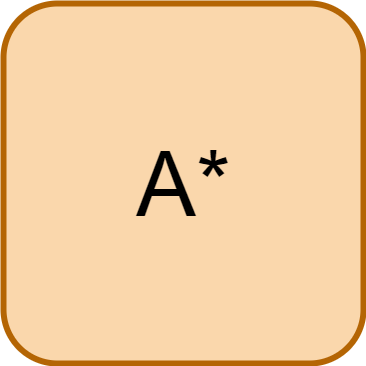
Before: Rush Hour Main/assets/AlgorithmButtons/BFS(A).png, a diagram exported from draw.io (zintom69/Game-Rush-Hour). Source tidied: cells renumbered, new cells last; positions are measured from the earlier drawing's top-left corner, leaving out a move shared by most shapes.
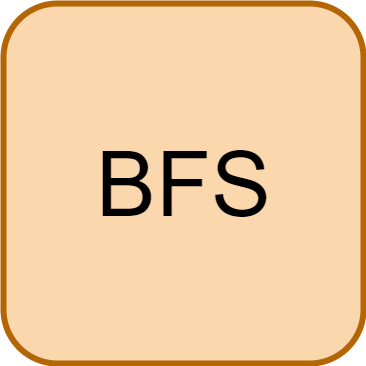
The same diagram one commit later.

The edit, as a diff of the source:
```diff
@@ -2,7 +2,7 @@
   <root>
     <mxCell id="0" />
     <mxCell id="1" parent="0" />
-    <mxCell id="2" value="&lt;font style=&quot;font-size: 90px;&quot;&gt;A*&lt;/font&gt;" style="rounded=1;whiteSpace=wrap;html=1;fillColor=#fad7ac;strokeColor=#b46504;strokeWidth=6;" parent="1" vertex="1">
+    <mxCell id="2" value="&lt;span style=&quot;font-size: 90px;&quot;&gt;BFS&lt;/span&gt;" style="rounded=1;whiteSpace=wrap;html=1;fillColor=#fad7ac;strokeColor=#b46504;strokeWidth=6;" parent="1" vertex="1">
       <mxGeometry width="360" height="360" as="geometry" />
     </mxCell>
   </root>
```
